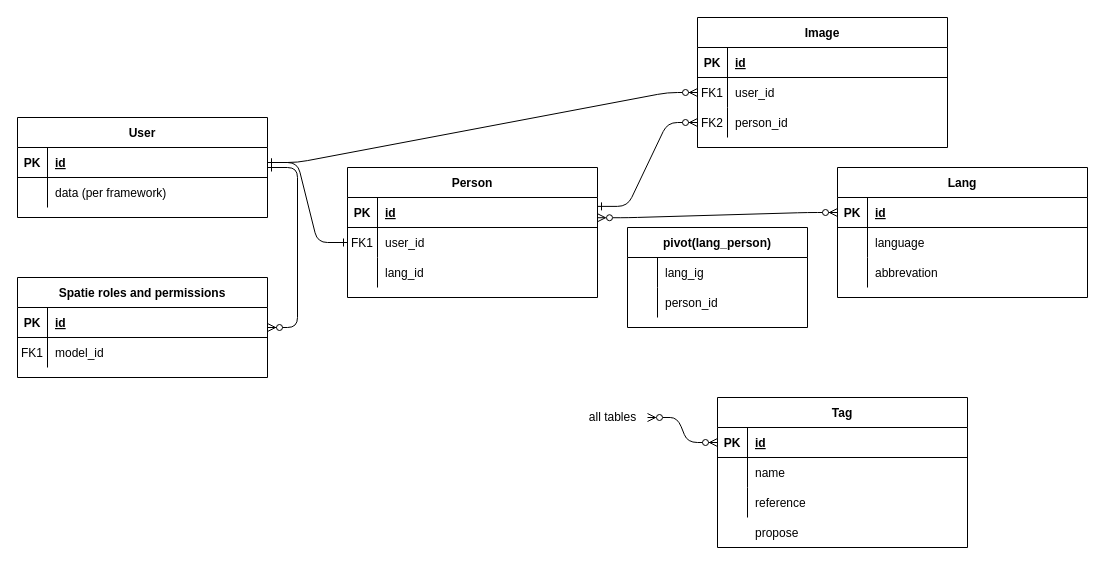
Before: doc/template/Relationship_Modell.drawio in erth5/Laravel-10-Template, a draw.io diagram. Source tidied: cells renumbered, new cells numbered last; positions are measured from the earlier drawing's top-left corner, leaving out a move shared by most shapes. Both pictures are drawn from the tidied source at 100%, with x=0, y=0 at pixel (17, 17).
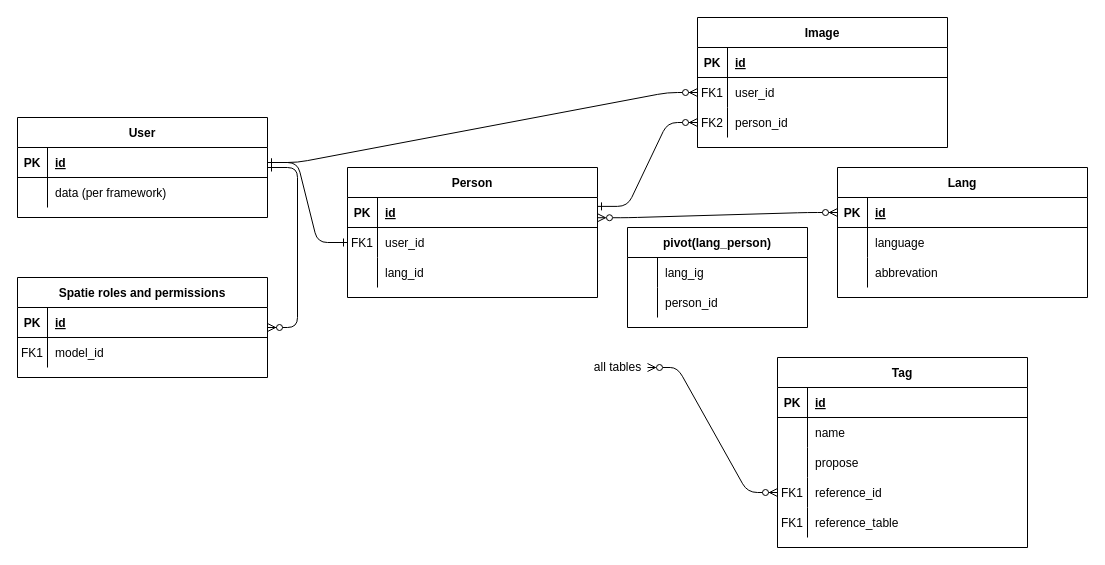
The same diagram, later.

Unchanged cells that the change refers to:
```xml
<mxCell id="59" style="shape=partialRectangle;fillColor=none;points=[[0,0.5],[1,0.5]];portConstraint=eastwest;top=0;left=0;right=0;bottom=1;" parent="58" vertex="1">
  <mxGeometry y="30" width="250" height="30" as="geometry" />
</mxCell>
<mxCell id="62" style="shape=partialRectangle;fillColor=none;top=0;left=0;right=0;bottom=0;" parent="58" vertex="1">
  <mxGeometry y="60" width="250" height="30" as="geometry" />
</mxCell>
<mxCell id="65" style="shape=partialRectangle;fillColor=none;top=0;left=0;right=0;bottom=0;" parent="58" vertex="1">
  <mxGeometry y="90" width="250" height="30" as="geometry" />
</mxCell>
```

Change to the diagram source:
```diff
@@
+    <mxCell id="68" style="edgeStyle=entityRelationEdgeStyle;endArrow=ERzeroToMany;startArrow=ERzeroToMany;endFill=1;startFill=0;" parent="1" edge="1" source="69" target="74">
+      <mxGeometry relative="1" as="geometry" />
+    </mxCell>
+    <mxCell id="69" value="all tables" style="text;html=1;align=center;verticalAlign=middle;points=[];strokeColor=none;fillColor=none;" parent="1" vertex="1">
+      <mxGeometry x="570" y="340" width="60" height="20" as="geometry" />
+    </mxCell>
     <mxCell id="58" value="Tag" style="shape=table;startSize=30;childLayout=tableLayout;rowLines=0;fontStyle=1;align=center;" parent="1" vertex="1">
-      <mxGeometry x="700" y="380" width="250" height="150" as="geometry" />
+      <mxGeometry x="760" y="340" width="250" height="190" as="geometry" />
     </mxCell>
@@
-    <mxCell id="63" style="shape=partialRectangle;overflow=hidden;fillColor=none;top=0;left=0;bottom=0;right=0;" parent="62" vertex="1">
-      <mxGeometry width="30" height="30" as="geometry" />
-    </mxCell>
+    <mxCell id="72" style="shape=partialRectangle;overflow=hidden;fillColor=none;top=0;left=0;bottom=0;right=0;" parent="62" vertex="1">
+      <mxGeometry width="30" height="30" as="geometry" />
+    </mxCell>
@@
-    <mxCell id="66" style="shape=partialRectangle;overflow=hidden;fillColor=none;top=0;left=0;bottom=0;right=0;" parent="65" vertex="1">
-      <mxGeometry width="30" height="30" as="geometry" />
-    </mxCell>
-    <mxCell id="67" value="reference" style="shape=partialRectangle;overflow=hidden;fillColor=none;top=0;left=0;bottom=0;right=0;align=left;spacingLeft=6;" parent="65" vertex="1">
-      <mxGeometry x="30" width="220" height="30" as="geometry" />
-    </mxCell>
-    <mxCell id="68" style="edgeStyle=entityRelationEdgeStyle;endArrow=ERzeroToMany;startArrow=ERzeroToMany;endFill=1;startFill=0;entryX=0;entryY=0.5;entryDx=0;entryDy=0;" parent="1" edge="1" target="59">
-      <mxGeometry relative="1" as="geometry">
-        <mxPoint x="630" y="400" as="sourcePoint" />
-      </mxGeometry>
-    </mxCell>
-    <mxCell id="69" value="all tables" style="text;html=1;align=center;verticalAlign=middle;points=[];strokeColor=none;fillColor=none;" parent="1" vertex="1">
-      <mxGeometry x="565" y="390" width="60" height="20" as="geometry" />
-    </mxCell>
+    <mxCell id="73" style="shape=partialRectangle;overflow=hidden;fillColor=none;top=0;left=0;bottom=0;right=0;" parent="65" vertex="1">
+      <mxGeometry width="30" height="30" as="geometry" />
+    </mxCell>
-    <mxCell id="70" value="propose" style="shape=partialRectangle;overflow=hidden;fillColor=none;top=0;left=0;bottom=0;right=0;align=left;spacingLeft=6;" parent="1" vertex="1">
-      <mxGeometry x="730" y="500" width="220" height="30" as="geometry" />
+    <mxCell id="70" value="propose" style="shape=partialRectangle;overflow=hidden;fillColor=none;top=0;left=0;bottom=0;right=0;align=left;spacingLeft=6;" parent="65" vertex="1">
+      <mxGeometry x="30" width="220" height="30" as="geometry" />
     </mxCell>
-    <mxCell id="71" style="shape=partialRectangle;overflow=hidden;fillColor=none;top=0;left=0;bottom=0;right=0;" parent="1" vertex="1">
-      <mxGeometry x="700" y="500" width="30" height="30" as="geometry" />
-    </mxCell>
+    <mxCell id="74" style="shape=partialRectangle;fillColor=none;points=[[0,0.5],[1,0.5]];portConstraint=eastwest;top=0;left=0;right=0;bottom=0;" parent="58" vertex="1">
+      <mxGeometry y="120" width="250" height="30" as="geometry" />
+    </mxCell>
+    <mxCell id="75" value="FK1" style="shape=partialRectangle;overflow=hidden;fillColor=none;top=0;left=0;bottom=0;right=0;" parent="74" vertex="1">
+      <mxGeometry width="30" height="30" as="geometry" />
+    </mxCell>
+    <mxCell id="76" value="reference_id" style="shape=partialRectangle;overflow=hidden;fillColor=none;top=0;left=0;bottom=0;right=0;align=left;spacingLeft=6;" parent="74" vertex="1">
+      <mxGeometry x="30" width="220" height="30" as="geometry" />
+    </mxCell>
+    <mxCell id="77" style="shape=partialRectangle;fillColor=none;top=0;left=0;right=0;bottom=0;" parent="58" vertex="1">
+      <mxGeometry y="150" width="250" height="30" as="geometry" />
+    </mxCell>
+    <mxCell id="78" value="FK1" style="shape=partialRectangle;overflow=hidden;fillColor=none;top=0;left=0;bottom=0;right=0;" parent="77" vertex="1">
+      <mxGeometry width="30" height="30" as="geometry" />
+    </mxCell>
+    <mxCell id="79" value="reference_table" style="shape=partialRectangle;overflow=hidden;fillColor=none;top=0;left=0;bottom=0;right=0;align=left;spacingLeft=6;" parent="77" vertex="1">
+      <mxGeometry x="30" width="220" height="30" as="geometry" />
+    </mxCell>
```
